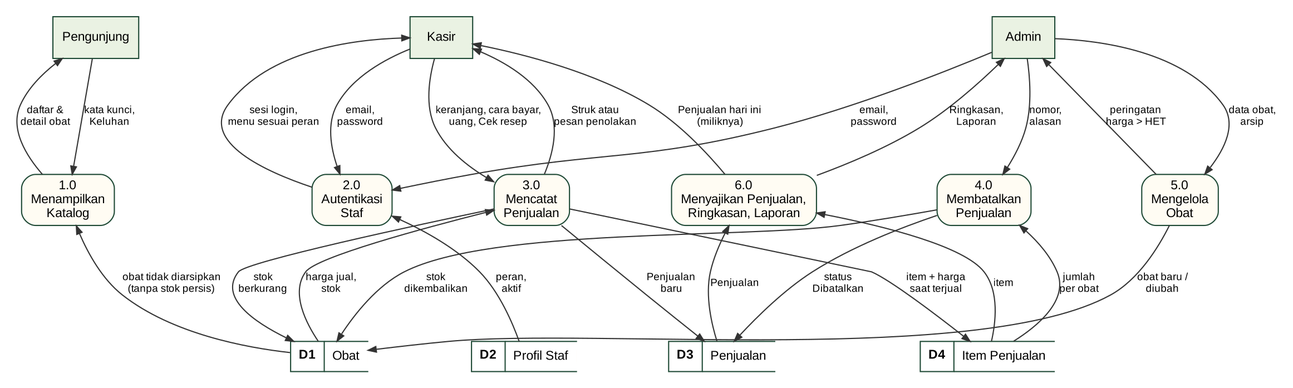
azkafarhanm/aplikasi-apotik keeps this Graphviz diagram as docs/sesi/gambar/sesi-04/dfd-1.png. Above is the earlier version. Its source is kept beside it as docs/sesi/gambar/sesi-04/dfd-1.dot. Its diagram source:
```dot
digraph dfd1 {
  graph [rankdir=TB, nodesep=0.55, ranksep=1.1, fontname="Liberation Sans", splines=true, pad=0.2];
  node  [fontname="Liberation Sans", fontsize=11, color="#1F4A36", style=filled, fillcolor="#FFFCF3"];
  edge  [fontname="Liberation Sans", fontsize=9, color="#333333", arrowsize=0.7];

  P [label="Pengunjung", shape=box, fillcolor="#EAF2E3"];
  K [label="Kasir", shape=box, fillcolor="#EAF2E3"];
  A [label="Admin", shape=box, fillcolor="#EAF2E3"];
  { rank=same; P; K; A; }

  node [shape=box, style="rounded,filled"];
  P1 [label="1.0\nMenampilkan\nKatalog"];
  P2 [label="2.0\nAutentikasi\nStaf"];
  P3 [label="3.0\nMencatat\nPenjualan"];
  P6 [label="6.0\nMenyajikan Penjualan,\nRingkasan, Laporan"];
  P4 [label="4.0\nMembatalkan\nPenjualan"];
  P5 [label="5.0\nMengelola\nObat"];
  { rank=same; P1; P2; P3; P6; P4; P5; }

  node [shape=plain];
  D1 [label=<<table border="0" cellborder="1" cellspacing="0" cellpadding="6" color="#1F4A36" bgcolor="#FFFFFF"><tr><td><b>D1</b></td><td sides="TB">Obat</td></tr></table>>];
  D2 [label=<<table border="0" cellborder="1" cellspacing="0" cellpadding="6" color="#1F4A36" bgcolor="#FFFFFF"><tr><td><b>D2</b></td><td sides="TB">Profil Staf</td></tr></table>>];
  D3 [label=<<table border="0" cellborder="1" cellspacing="0" cellpadding="6" color="#1F4A36" bgcolor="#FFFFFF"><tr><td><b>D3</b></td><td sides="TB">Penjualan</td></tr></table>>];
  D4 [label=<<table border="0" cellborder="1" cellspacing="0" cellpadding="6" color="#1F4A36" bgcolor="#FFFFFF"><tr><td><b>D4</b></td><td sides="TB">Item Penjualan</td></tr></table>>];
  { rank=same; D1; D2; D3; D4; }

  P -> K -> A [style=invis];
  P1 -> P2 -> P3 -> P6 -> P4 -> P5 [style=invis];
  D1 -> D2 -> D3 -> D4 [style=invis];

  P  -> P1 [label="kata kunci,\nKeluhan"];
  P1 -> P  [label="daftar &\ndetail obat"];
  D1 -> P1 [label="obat tidak diarsipkan\n(tanpa stok persis)"];

  K  -> P2 [label="email,\npassword"];
  A  -> P2 [label="email,\npassword"];
  D2 -> P2 [label="peran,\naktif"];
  P2 -> K  [label="sesi login,\nmenu sesuai peran"];

  K  -> P3 [label="keranjang, cara bayar,\nuang, Cek resep"];
  P3 -> K  [label="Struk atau\npesan penolakan"];
  D1 -> P3 [label="harga jual,\nstok"];
  P3 -> D1 [label="stok\nberkurang"];
  P3 -> D3 [label="Penjualan\nbaru"];
  P3 -> D4 [label="item + harga\nsaat terjual"];

  D3 -> P6 [label="Penjualan"];
  D4 -> P6 [label="item"];
  P6 -> K  [label="Penjualan hari ini\n(miliknya)"];
  P6 -> A  [label="Ringkasan,\nLaporan"];

  A  -> P4 [label="nomor,\nalasan"];
  D4 -> P4 [label="jumlah\nper obat"];
  P4 -> D3 [label="status\nDibatalkan"];
  P4 -> D1 [label="stok\ndikembalikan"];

  A  -> P5 [label="data obat,\narsip"];
  P5 -> A  [label="peringatan\nharga > HET"];
  P5 -> D1 [label="obat baru /\ndiubah"];
}
```
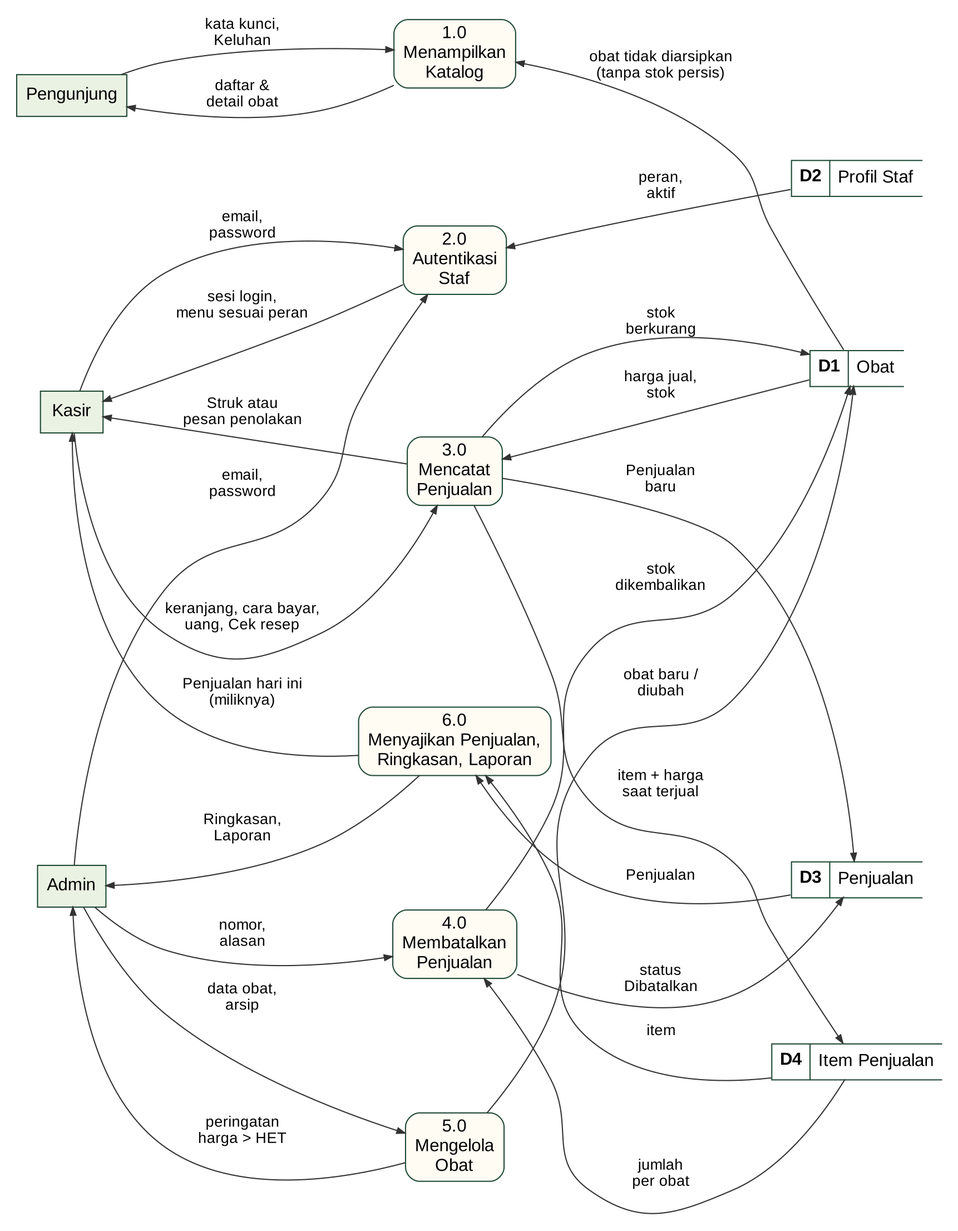
Later version of the same file.

Commit message:
docs: DFD level 1 Sesi 4 disusun memanjang ke bawah agar tegak di A4

Entitas di kiri, proses di tengah, penyimpanan data di kanan; huruf
diperbesar supaya tetap terbaca tanpa memutar halaman.

Claude-Session: https://claude.ai/code/session_01TDDJJ8ZLsCKAhURCPscRqp

Change to the diagram source:
```diff
@@ -1,7 +1,7 @@
 digraph dfd1 {
-  graph [rankdir=TB, nodesep=0.55, ranksep=1.1, fontname="Liberation Sans", splines=true, pad=0.2];
-  node  [fontname="Liberation Sans", fontsize=11, color="#1F4A36", style=filled, fillcolor="#FFFCF3"];
-  edge  [fontname="Liberation Sans", fontsize=9, color="#333333", arrowsize=0.7];
+  graph [rankdir=LR, nodesep=0.8, ranksep=0.9, fontname="Liberation Sans", splines=true, pad=0.2];
+  node  [fontname="Liberation Sans", fontsize=15, color="#1F4A36", style=filled, fillcolor="#FFFCF3"];
+  edge  [fontname="Liberation Sans", fontsize=13, color="#333333", arrowsize=0.7];
 
   P [label="Pengunjung", shape=box, fillcolor="#EAF2E3"];
   K [label="Kasir", shape=box, fillcolor="#EAF2E3"];
@@ -22,11 +22,11 @@
   D2 [label=<<table border="0" cellborder="1" cellspacing="0" cellpadding="6" color="#1F4A36" bgcolor="#FFFFFF"><tr><td><b>D2</b></td><td sides="TB">Profil Staf</td></tr></table>>];
   D3 [label=<<table border="0" cellborder="1" cellspacing="0" cellpadding="6" color="#1F4A36" bgcolor="#FFFFFF"><tr><td><b>D3</b></td><td sides="TB">Penjualan</td></tr></table>>];
   D4 [label=<<table border="0" cellborder="1" cellspacing="0" cellpadding="6" color="#1F4A36" bgcolor="#FFFFFF"><tr><td><b>D4</b></td><td sides="TB">Item Penjualan</td></tr></table>>];
-  { rank=same; D1; D2; D3; D4; }
+  { rank=same; D2; D1; D3; D4; }
 
   P -> K -> A [style=invis];
   P1 -> P2 -> P3 -> P6 -> P4 -> P5 [style=invis];
-  D1 -> D2 -> D3 -> D4 [style=invis];
+  D2 -> D1 -> D3 -> D4 [style=invis];
 
   P  -> P1 [label="kata kunci,\nKeluhan"];
   P1 -> P  [label="daftar &\ndetail obat"];
```
